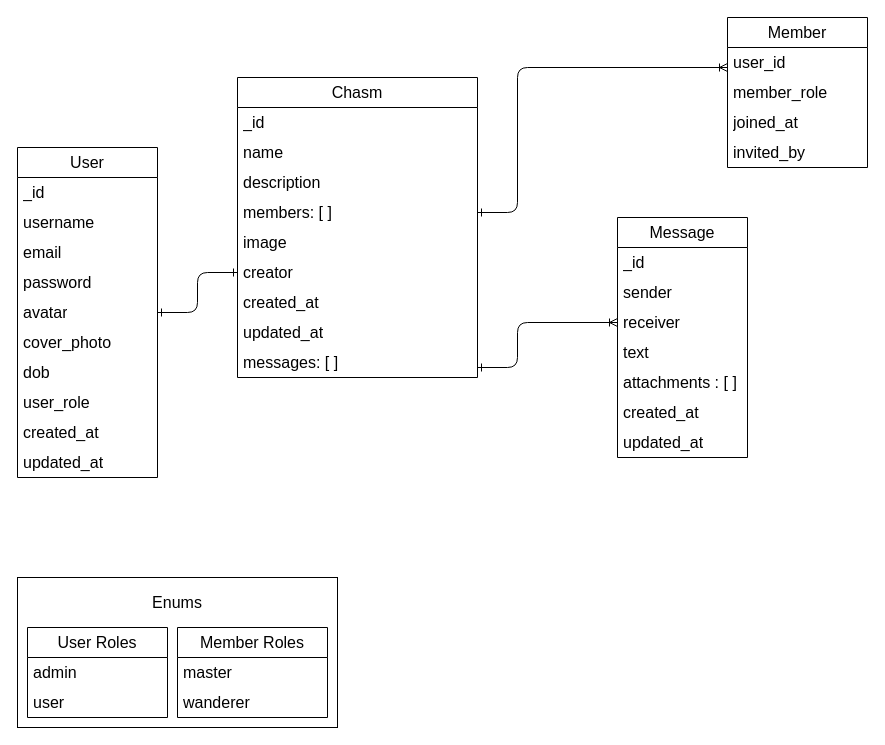
Before: models.drawio in Abhijit-7976/Abyss-Server, a draw.io diagram. Source tidied: cells renumbered, new cells numbered last; positions are measured from the earlier drawing's top-left corner, leaving out a move shared by most shapes. Both pictures are drawn from the tidied source at 100%, with x=0, y=0 at pixel (17, 17).
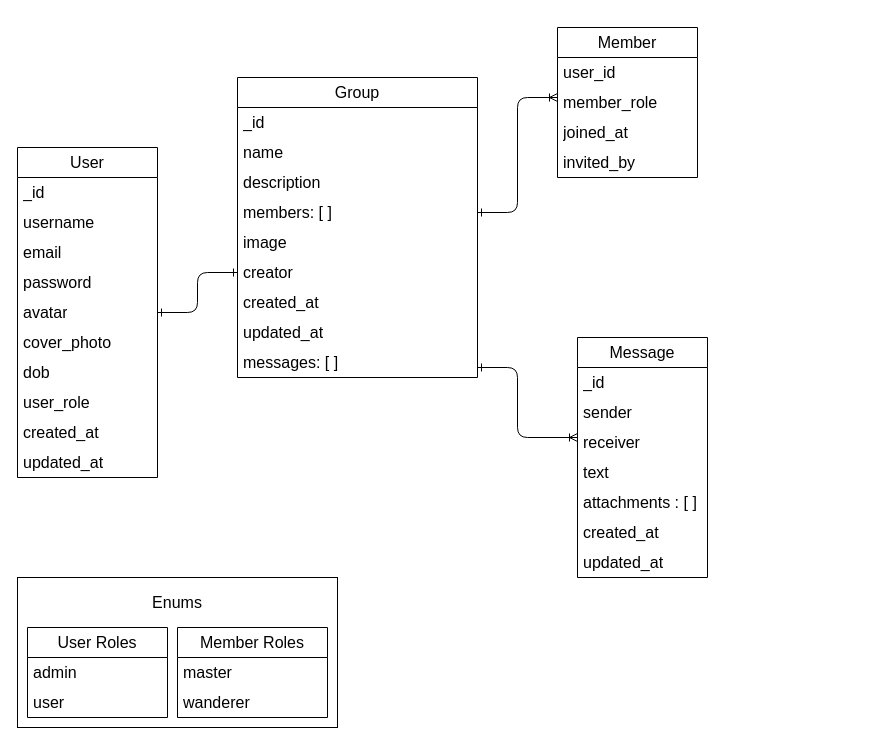
The same page after the edit.

The change refers to these unchanged cells:
```xml
<mxCell id="18" value="members: [ ]" style="text;strokeColor=none;fillColor=none;align=left;verticalAlign=middle;spacingLeft=4;spacingRight=4;overflow=hidden;points=[[0,0.5],[1,0.5]];portConstraint=eastwest;whiteSpace=wrap;html=1;fontSize=16;" parent="14" vertex="1">
  <mxGeometry y="120" width="240" height="30" as="geometry" />
</mxCell>
<mxCell id="23" value="messages: [ ]" style="text;strokeColor=none;fillColor=none;align=left;verticalAlign=middle;spacingLeft=4;spacingRight=4;overflow=hidden;points=[[0,0.5],[1,0.5]];portConstraint=eastwest;whiteSpace=wrap;html=1;fontSize=16;" parent="14" vertex="1">
  <mxGeometry y="270" width="240" height="30" as="geometry" />
</mxCell>
<mxCell id="37" value="receiver" style="text;strokeColor=none;fillColor=none;align=left;verticalAlign=middle;spacingLeft=4;spacingRight=4;overflow=hidden;points=[[0,0.5],[1,0.5]];portConstraint=eastwest;whiteSpace=wrap;html=1;fontSize=16;fontColor=default;" parent="34" vertex="1">
  <mxGeometry y="90" width="130" height="30" as="geometry" />
</mxCell>
```

The edit, as a diff of the source:
```diff
@@
-    <mxCell id="14" value="Chasm" style="swimlane;fontStyle=0;horizontal=1;startSize=30;whiteSpace=wrap;html=1;fontSize=16;" parent="1" vertex="1">
+    <mxCell id="14" value="Group" style="swimlane;fontStyle=0;horizontal=1;startSize=30;whiteSpace=wrap;html=1;fontSize=16;" parent="1" vertex="1">
       <mxGeometry x="220" y="60" width="240" height="300" as="geometry" />
     </mxCell>
@@
     <mxCell id="34" value="Message" style="swimlane;fontStyle=0;horizontal=1;startSize=30;whiteSpace=wrap;html=1;fontSize=16;fontColor=default;fillColor=none;" parent="1" vertex="1">
-      <mxGeometry x="600" y="200" width="130" height="240" as="geometry" />
+      <mxGeometry x="560" y="320" width="130" height="240" as="geometry" />
     </mxCell>
@@
     <mxCell id="42" style="edgeStyle=orthogonalEdgeStyle;rounded=1;sketch=0;jumpStyle=none;jumpSize=15;html=1;fontSize=16;fontColor=default;startArrow=ERoneToMany;startFill=0;endArrow=ERone;endFill=0;elbow=vertical;" parent="1" edge="1" source="43" target="18">
       <mxGeometry relative="1" as="geometry">
         <Array as="points">
-          <mxPoint x="500" y="50" />
+          <mxPoint x="500" y="80" />
           <mxPoint x="500" y="195" />
         </Array>
       </mxGeometry>
     </mxCell>
     <mxCell id="43" value="Member" style="swimlane;fontStyle=0;horizontal=1;startSize=30;whiteSpace=wrap;html=1;fontSize=16;fontColor=default;fillColor=none;" parent="1" vertex="1">
-      <mxGeometry x="710" width="140" height="150" as="geometry" />
+      <mxGeometry x="540" y="10" width="140" height="150" as="geometry" />
     </mxCell>
@@
-    <mxCell id="48" style="edgeStyle=orthogonalEdgeStyle;rounded=1;sketch=0;jumpStyle=none;jumpSize=15;html=1;fontSize=16;fontColor=default;startArrow=ERoneToMany;startFill=0;endArrow=ERone;endFill=0;elbow=vertical;exitX=0;exitY=0.5;exitDx=0;exitDy=0;" parent="1" edge="1" source="37" target="23">
+    <mxCell id="48" style="edgeStyle=orthogonalEdgeStyle;rounded=1;sketch=0;jumpStyle=none;jumpSize=15;html=1;fontSize=16;fontColor=default;startArrow=ERoneToMany;startFill=0;endArrow=ERone;endFill=0;elbow=vertical;" parent="1" edge="1" source="34" target="23">
       <mxGeometry relative="1" as="geometry">
         <Array as="points">
-          <mxPoint x="500" y="305" />
+          <mxPoint x="500" y="420" />
           <mxPoint x="500" y="350" />
         </Array>
       </mxGeometry>
     </mxCell>
```
